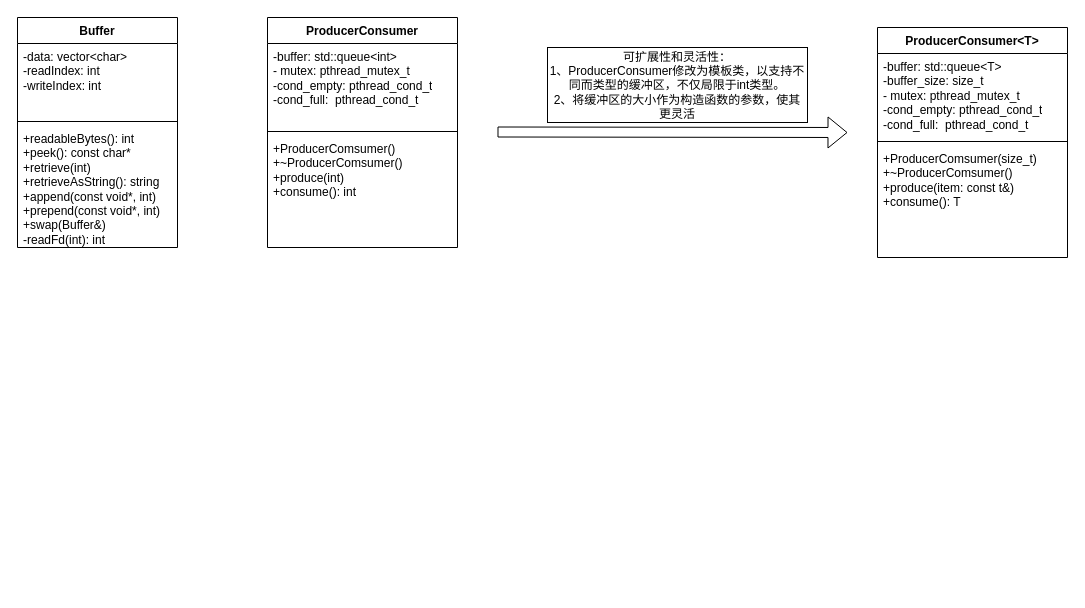
Earlier version of the draw.io diagram 类.drawio (HongxGe/TinyWebServer_by_h). Source tidied: cells renumbered, new cells numbered last; positions are measured from the earlier drawing's top-left corner, leaving out a move shared by most shapes. Both pictures are drawn from the tidied source at 100%, with x=0, y=0 at pixel (17, 17).
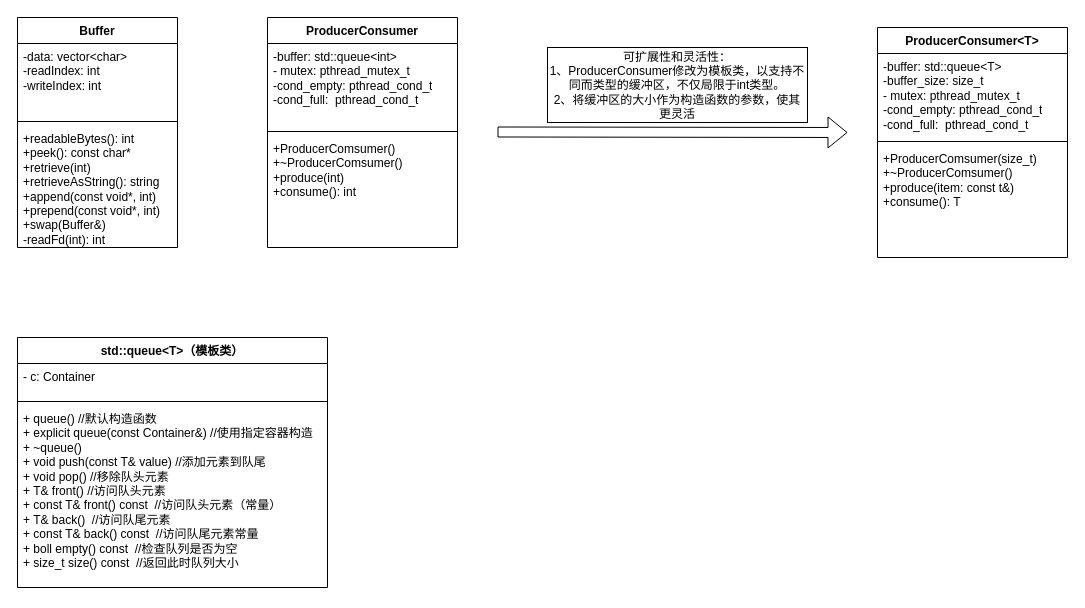
After the change.

Commit message:
feat:std::queue<T>模板类队列

The edit, as a diff of the source:
```diff
@@
+    <mxCell id="16" value="std::queue&amp;lt;T&amp;gt;（模板类）" style="swimlane;fontStyle=1;align=center;verticalAlign=top;horizontal=1;startSize=26;whiteSpace=wrap;html=1;" parent="1" vertex="1">
+      <mxGeometry y="320" width="310" height="250" as="geometry" />
+    </mxCell>
+    <mxCell id="17" value="- c: Container" style="text;strokeColor=none;fillColor=none;align=left;verticalAlign=top;spacingLeft=4;spacingRight=4;overflow=hidden;whiteSpace=wrap;html=1;" parent="16" vertex="1">
+      <mxGeometry y="26" width="310" height="34" as="geometry" />
+    </mxCell>
+    <mxCell id="18" style="line;strokeWidth=1;fillColor=none;align=left;verticalAlign=middle;spacingTop=-1;spacingLeft=3;spacingRight=3;labelPosition=right;strokeColor=inherit;" parent="16" vertex="1">
+      <mxGeometry y="60" width="310" height="8" as="geometry" />
+    </mxCell>
+    <mxCell id="19" value="+ queue() //默认构造函数&lt;div&gt;+ explicit queue(const Container&amp;amp;) //使用指定容器构造&lt;/div&gt;&lt;div&gt;+ ~queue()&lt;/div&gt;&lt;div&gt;+ void push(const T&amp;amp; value) //添加元素到队尾&lt;/div&gt;&lt;div&gt;+ void pop() //移除队头元素&lt;/div&gt;&lt;div&gt;+ T&amp;amp; front() //访问队头元素&lt;/div&gt;&lt;div&gt;+ const T&amp;amp; front() const&amp;nbsp; //访问队头元素（常量）&lt;/div&gt;&lt;div&gt;+ T&amp;amp; back()&amp;nbsp; //访问队尾元素&lt;/div&gt;&lt;div&gt;+ const T&amp;amp; back() const&amp;nbsp; //访问队尾元素常量&lt;/div&gt;&lt;div&gt;+ boll empty() const&amp;nbsp; //检查队列是否为空&lt;/div&gt;&lt;div&gt;+ size_t size() const&amp;nbsp; //返回此时队列大小&lt;/div&gt;" style="text;strokeColor=none;fillColor=none;align=left;verticalAlign=top;spacingLeft=4;spacingRight=4;overflow=hidden;whiteSpace=wrap;html=1;" parent="16" vertex="1">
+      <mxGeometry y="68" width="310" height="182" as="geometry" />
+    </mxCell>
```
